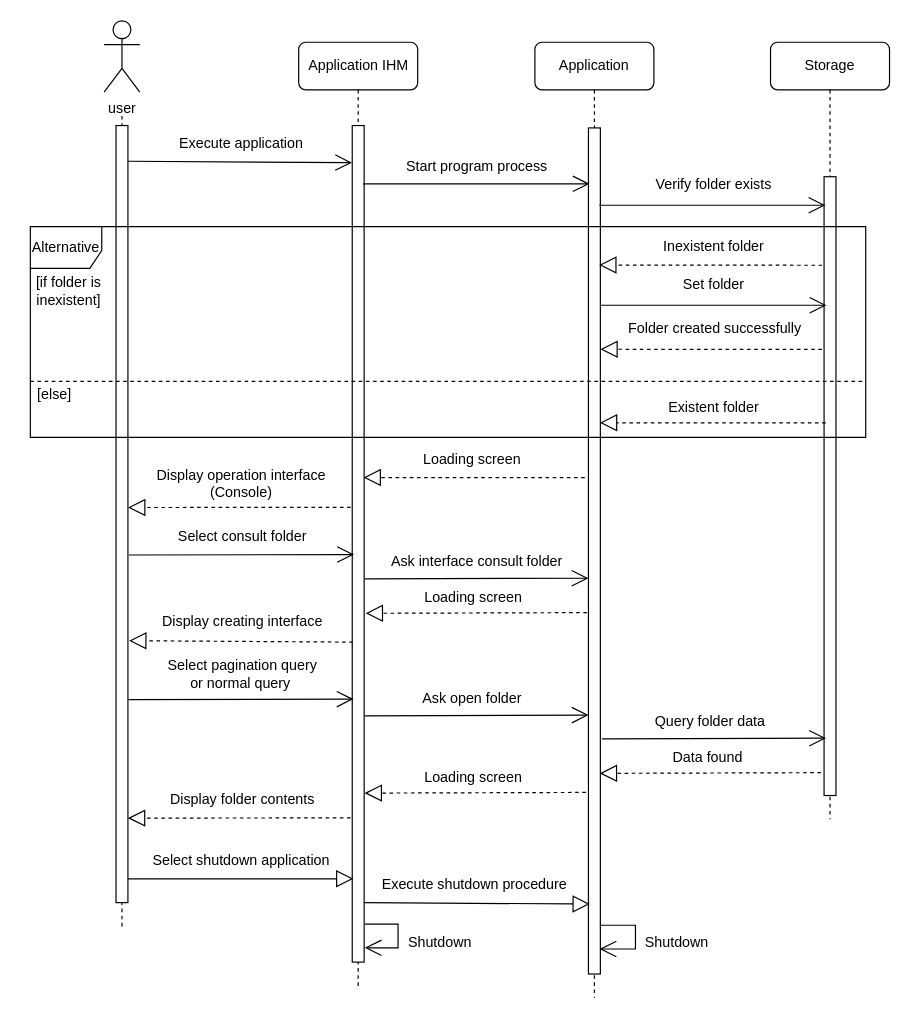
This is page "Page-1" (1 of 3) of consult diagram.drawio from Weicheng178/UML, a draw.io file, before an edit. Source tidied: cells renumbered, new cells numbered last; positions are measured from the earlier drawing's top-left corner, leaving out a move shared by most shapes. Both pictures are drawn from the tidied source at 119%, with x=0, y=0 at pixel (20, 20).
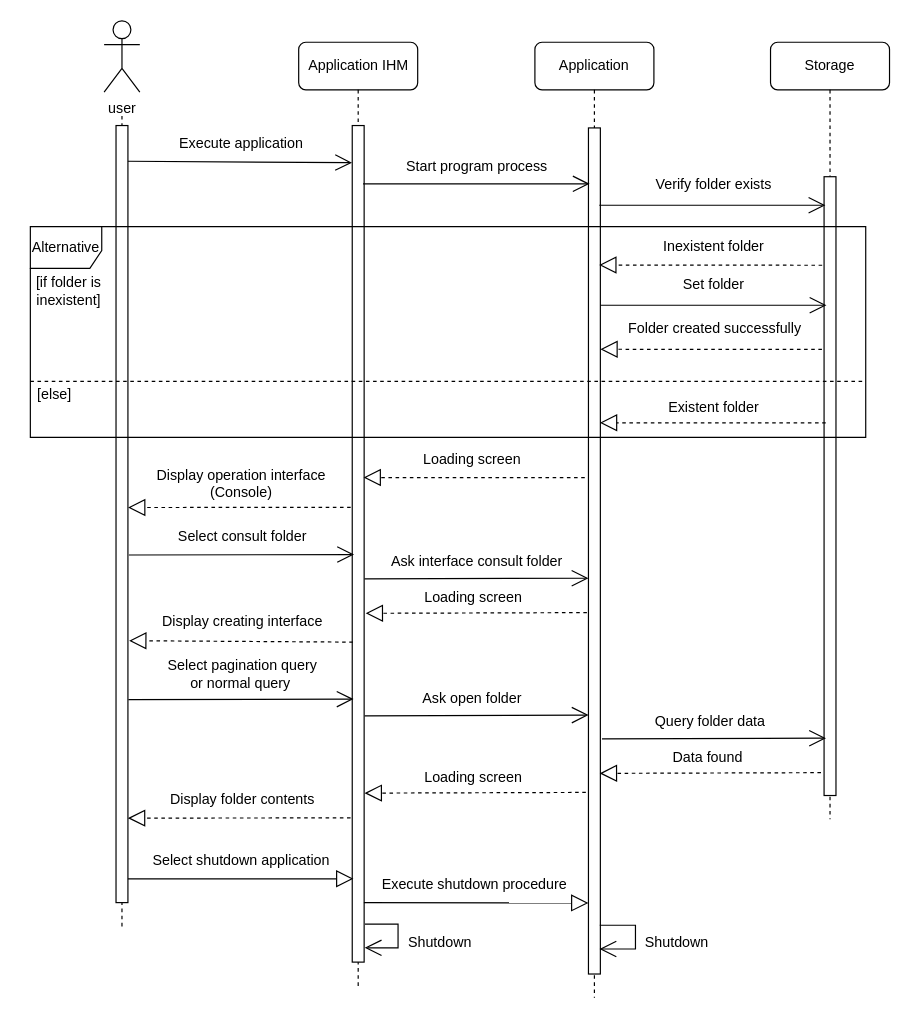
Above is the later version.

Unchanged cells that the change refers to:
```xml
<mxCell id="9" style="html=1;points=[];perimeter=orthogonalPerimeter;rounded=0;glass=0;labelBackgroundColor=none;fillStyle=auto;" parent="1" vertex="1">
  <mxGeometry x="477" y="90" width="10" height="711" as="geometry" />
</mxCell>
```

Change to the diagram source:
```diff
@@
-    <mxCell id="41" style="endArrow=block;endFill=0;endSize=12;html=1;rounded=1;entryX=0.116;entryY=0.979;entryDx=0;entryDy=0;entryPerimeter=0;" parent="1" edge="1">
+    <mxCell id="41" style="endArrow=block;endFill=0;endSize=12;html=1;rounded=1;entryX=-0.002;entryY=0.916;entryDx=0;entryDy=0;entryPerimeter=0;" parent="1" edge="1" target="9">
       <mxGeometry relative="1" as="geometry">
         <mxPoint x="288.3" y="741" as="sourcePoint" />
-        <mxPoint x="478.2" y="742.2" as="targetPoint" />
       </mxGeometry>
     </mxCell>
```
